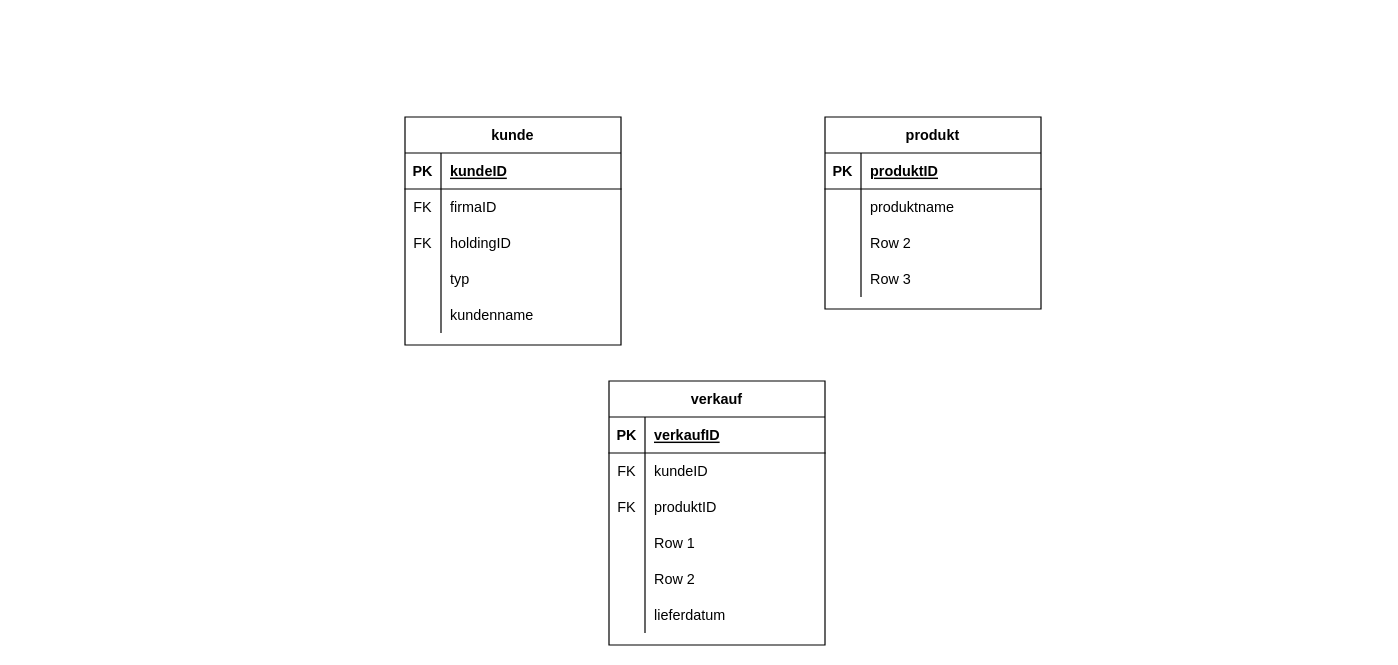
The draw.io diagram exercises/ex10/handelsfirma.drawio in SkMag9/BFH-Databases, before the edit. Source tidied: cells renumbered, new cells numbered last; positions are measured from the earlier drawing's top-left corner, leaving out a move shared by most shapes. Both pictures are drawn from the tidied source at 120%, with x=0, y=0 at pixel (404, 116).
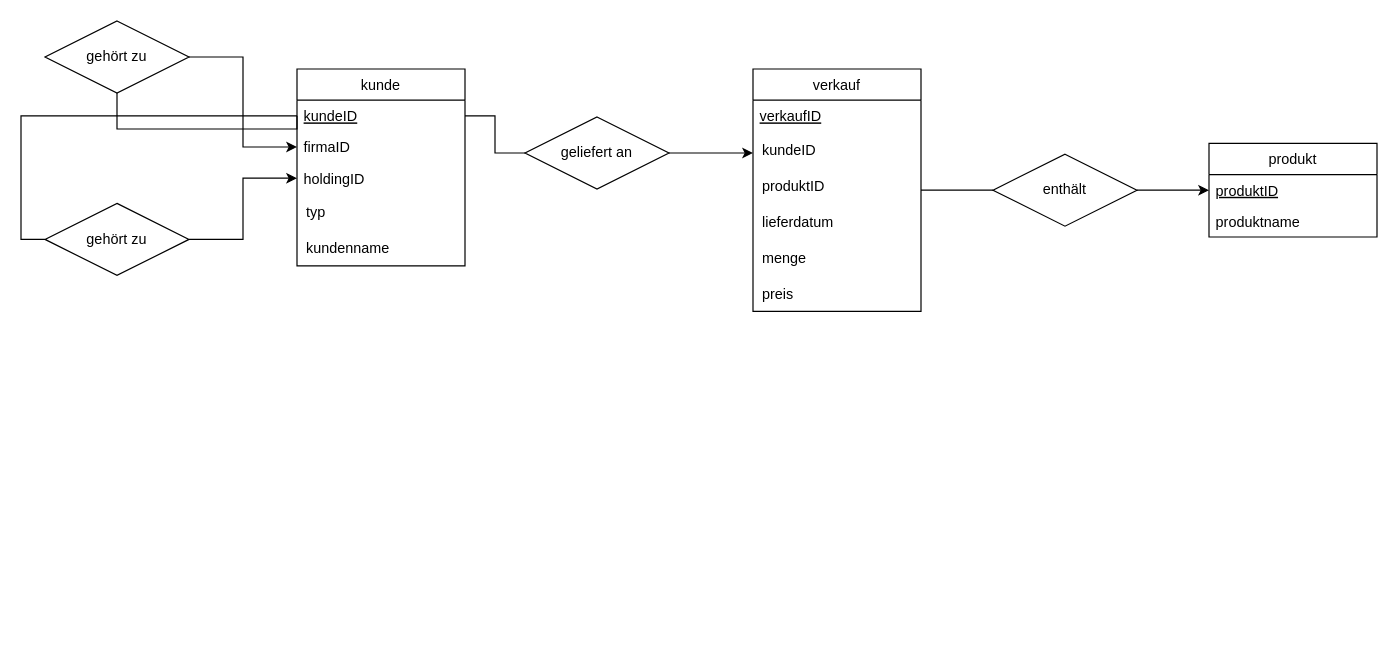
After the change.

Change to the diagram source:
```diff
@@
+    <mxCell id="31" value="verkauf" style="swimlane;fontStyle=0;horizontal=1;startSize=26;fillColor=none;" parent="1" vertex="1">
+      <mxGeometry x="290" y="-40" width="140" height="202" as="geometry" />
+    </mxCell>
+    <mxCell id="34" value="verkaufID" style="text;strokeColor=none;fillColor=none;align=left;verticalAlign=top;spacingLeft=4;spacingRight=4;overflow=hidden;fontStyle=4;" parent="31" vertex="1">
+      <mxGeometry y="26" width="140" height="26" as="geometry" />
+    </mxCell>
+    <mxCell id="37" value="kundeID" style="shape=partialRectangle;fillColor=none;top=0;left=0;bottom=0;right=0;align=left;spacingLeft=6;fontStyle=0;overflow=hidden;" parent="31" vertex="1">
+      <mxGeometry y="52" width="140" height="30" as="geometry" />
+    </mxCell>
+    <mxCell id="40" value="produktID" style="shape=partialRectangle;fillColor=none;top=0;left=0;bottom=0;right=0;align=left;spacingLeft=6;fontStyle=0;overflow=hidden;" parent="31" vertex="1">
+      <mxGeometry y="82" width="140" height="30" as="geometry" />
+    </mxCell>
+    <mxCell id="49" value="lieferdatum" style="shape=partialRectangle;fillColor=none;top=0;left=0;bottom=0;right=0;align=left;spacingLeft=6;overflow=hidden;" parent="31" vertex="1">
+      <mxGeometry y="112" width="140" height="30" as="geometry" />
+    </mxCell>
+    <mxCell id="50" value="menge" style="shape=partialRectangle;fillColor=none;top=0;left=0;bottom=0;right=0;align=left;spacingLeft=6;overflow=hidden;" parent="31" vertex="1">
+      <mxGeometry y="142" width="140" height="30" as="geometry" />
+    </mxCell>
+    <mxCell id="51" value="preis" style="shape=partialRectangle;fillColor=none;top=0;left=0;bottom=0;right=0;align=left;spacingLeft=6;overflow=hidden;" parent="31" vertex="1">
+      <mxGeometry y="172" width="140" height="30" as="geometry" />
+    </mxCell>
+    <mxCell id="52" style="edgeStyle=orthogonalEdgeStyle;rounded=0;jettySize=auto;html=1;exitX=0;exitY=0.5;exitDx=0;exitDy=0;entryX=1;entryY=0.5;entryDx=0;entryDy=0;endArrow=none;endFill=0;" parent="1" edge="1" source="54" target="31">
+      <mxGeometry relative="1" as="geometry" />
+    </mxCell>
+    <mxCell id="53" style="edgeStyle=orthogonalEdgeStyle;rounded=0;jettySize=auto;html=1;exitX=1;exitY=0.5;exitDx=0;exitDy=0;entryX=0;entryY=0.5;entryDx=0;entryDy=0;" parent="1" edge="1" source="54" target="21">
+      <mxGeometry relative="1" as="geometry" />
+    </mxCell>
+    <mxCell id="54" value="enthält" style="shape=rhombus;perimeter=rhombusPerimeter;whiteSpace=wrap;html=1;align=center;" parent="1" vertex="1">
+      <mxGeometry x="490" y="31" width="120" height="60" as="geometry" />
+    </mxCell>
+    <mxCell id="18" value="produkt" style="swimlane;fontStyle=0;horizontal=1;startSize=26;fillColor=none;" parent="1" vertex="1">
+      <mxGeometry x="670" y="22" width="140" height="78" as="geometry" />
+    </mxCell>
+    <mxCell id="21" value="produktID" style="text;strokeColor=none;fillColor=none;align=left;verticalAlign=top;spacingLeft=4;spacingRight=4;overflow=hidden;points=[[0,0.5],[1,0.5]];portConstraint=eastwest;fontStyle=4;" parent="18" vertex="1">
+      <mxGeometry y="26" width="140" height="26" as="geometry" />
+    </mxCell>
+    <mxCell id="24" value="produktname" style="text;strokeColor=none;fillColor=none;align=left;verticalAlign=top;spacingLeft=4;spacingRight=4;overflow=hidden;" parent="18" vertex="1">
+      <mxGeometry y="52" width="140" height="26" as="geometry" />
+    </mxCell>
+    <mxCell id="55" style="edgeStyle=orthogonalEdgeStyle;rounded=0;jettySize=auto;html=1;exitX=1;exitY=0.5;exitDx=0;exitDy=0;entryX=0;entryY=0.5;entryDx=0;entryDy=0;endArrow=classic;endFill=1;" parent="1" edge="1" source="57" target="11">
+      <mxGeometry relative="1" as="geometry" />
+    </mxCell>
+    <mxCell id="56" style="edgeStyle=orthogonalEdgeStyle;rounded=0;jettySize=auto;html=1;exitX=0;exitY=0.5;exitDx=0;exitDy=0;entryX=0;entryY=0.5;entryDx=0;entryDy=0;endArrow=none;endFill=0;" parent="1" edge="1" source="57" target="5">
+      <mxGeometry relative="1" as="geometry" />
+    </mxCell>
+    <mxCell id="57" value="gehört zu" style="shape=rhombus;perimeter=rhombusPerimeter;whiteSpace=wrap;html=1;align=center;" parent="1" vertex="1">
+      <mxGeometry x="-300" y="72" width="120" height="60" as="geometry" />
+    </mxCell>
+    <mxCell id="58" style="edgeStyle=orthogonalEdgeStyle;rounded=0;jettySize=auto;html=1;exitX=1;exitY=0.5;exitDx=0;exitDy=0;entryX=0;entryY=0.5;entryDx=0;entryDy=0;endArrow=classic;endFill=1;" parent="1" edge="1" source="60" target="8">
+      <mxGeometry relative="1" as="geometry" />
+    </mxCell>
+    <mxCell id="59" style="edgeStyle=orthogonalEdgeStyle;rounded=0;jettySize=auto;html=1;exitX=0.5;exitY=1;exitDx=0;exitDy=0;entryX=0;entryY=0.5;entryDx=0;entryDy=0;endArrow=none;endFill=0;" parent="1" edge="1" source="60" target="5">
+      <mxGeometry relative="1" as="geometry">
+        <Array as="points">
+          <mxPoint x="-240" y="10" />
+          <mxPoint x="-90" y="10" />
+        </Array>
+      </mxGeometry>
+    </mxCell>
+    <mxCell id="60" value="gehört zu" style="shape=rhombus;perimeter=rhombusPerimeter;whiteSpace=wrap;html=1;align=center;" parent="1" vertex="1">
+      <mxGeometry x="-300" y="-80" width="120" height="60" as="geometry" />
+    </mxCell>
+    <mxCell id="61" style="edgeStyle=orthogonalEdgeStyle;rounded=0;jettySize=auto;html=1;exitX=1;exitY=0.5;exitDx=0;exitDy=0;endArrow=classic;endFill=1;" parent="1" edge="1" source="63">
+      <mxGeometry relative="1" as="geometry">
+        <mxPoint x="290" y="30" as="targetPoint" />
+      </mxGeometry>
+    </mxCell>
+    <mxCell id="62" style="edgeStyle=orthogonalEdgeStyle;rounded=0;jettySize=auto;html=1;exitX=0;exitY=0.5;exitDx=0;exitDy=0;entryX=1;entryY=0.5;entryDx=0;entryDy=0;endArrow=none;endFill=0;" parent="1" edge="1" source="63" target="5">
+      <mxGeometry relative="1" as="geometry" />
+    </mxCell>
+    <mxCell id="63" value="geliefert an" style="shape=rhombus;perimeter=rhombusPerimeter;whiteSpace=wrap;html=1;align=center;" parent="1" vertex="1">
+      <mxGeometry x="100" width="120" height="60" as="geometry" />
+    </mxCell>
-    <mxCell id="2" value="kunde" style="shape=table;startSize=30;childLayout=tableLayout;rowLines=0;fontStyle=1;align=center;" parent="1" vertex="1">
-      <mxGeometry width="180" height="190" as="geometry" />
+    <mxCell id="2" value="kunde" style="swimlane;fontStyle=0;horizontal=1;startSize=26;fillColor=none;" parent="1" vertex="1">
+      <mxGeometry x="-90" y="-40" width="140" height="164" as="geometry" />
     </mxCell>
-    <mxCell id="3" style="shape=partialRectangle;fillColor=none;top=0;left=0;bottom=1;right=0;" parent="2" vertex="1">
-      <mxGeometry y="30" width="180" height="30" as="geometry" />
-    </mxCell>
-    <mxCell id="4" value="PK" style="shape=partialRectangle;fillColor=none;top=0;left=0;bottom=0;right=0;fontStyle=1;overflow=hidden;" parent="3" vertex="1">
-      <mxGeometry width="30" height="30" as="geometry" />
-    </mxCell>
-    <mxCell id="5" value="kundeID" style="shape=partialRectangle;fillColor=none;top=0;left=0;bottom=0;right=0;align=left;spacingLeft=6;fontStyle=5;overflow=hidden;" parent="3" vertex="1">
-      <mxGeometry x="30" width="150" height="30" as="geometry" />
+    <mxCell id="5" value="kundeID" style="text;strokeColor=none;fillColor=none;align=left;verticalAlign=top;spacingLeft=4;spacingRight=4;overflow=hidden;points=[[0,0.5],[1,0.5]];portConstraint=eastwest;fontStyle=4;" parent="2" vertex="1">
+      <mxGeometry y="26" width="140" height="26" as="geometry" />
     </mxCell>
-    <mxCell id="6" style="shape=partialRectangle;fillColor=none;top=0;left=0;bottom=0;right=0;" parent="2" vertex="1">
-      <mxGeometry y="60" width="180" height="30" as="geometry" />
-    </mxCell>
-    <mxCell id="7" value="FK" style="shape=partialRectangle;fillColor=none;top=0;left=0;bottom=0;right=0;fontStyle=0;overflow=hidden;" parent="6" vertex="1">
-      <mxGeometry width="30" height="30" as="geometry" />
-    </mxCell>
-    <mxCell id="8" value="firmaID" style="shape=partialRectangle;fillColor=none;top=0;left=0;bottom=0;right=0;align=left;spacingLeft=6;fontStyle=0;overflow=hidden;" parent="6" vertex="1">
-      <mxGeometry x="30" width="150" height="30" as="geometry" />
+    <mxCell id="8" value="firmaID" style="text;strokeColor=none;fillColor=none;align=left;verticalAlign=top;spacingLeft=4;spacingRight=4;overflow=hidden;points=[[0,0.5],[1,0.5]];portConstraint=eastwest;" parent="2" vertex="1">
+      <mxGeometry y="52" width="140" height="26" as="geometry" />
     </mxCell>
-    <mxCell id="9" style="shape=partialRectangle;fillColor=none;top=0;left=0;bottom=0;right=0;" parent="2" vertex="1">
-      <mxGeometry y="90" width="180" height="30" as="geometry" />
-    </mxCell>
-    <mxCell id="10" value="FK" style="shape=partialRectangle;fillColor=none;top=0;left=0;bottom=0;right=0;fontStyle=0;overflow=hidden;" parent="9" vertex="1">
-      <mxGeometry width="30" height="30" as="geometry" />
-    </mxCell>
-    <mxCell id="11" value="holdingID" style="shape=partialRectangle;fillColor=none;top=0;left=0;bottom=0;right=0;align=left;spacingLeft=6;fontStyle=0;overflow=hidden;" parent="9" vertex="1">
-      <mxGeometry x="30" width="150" height="30" as="geometry" />
+    <mxCell id="11" value="holdingID" style="text;strokeColor=none;fillColor=none;align=left;verticalAlign=top;spacingLeft=4;spacingRight=4;overflow=hidden;points=[[0,0.5],[1,0.5]];portConstraint=eastwest;" parent="2" vertex="1">
+      <mxGeometry y="78" width="140" height="26" as="geometry" />
     </mxCell>
-    <mxCell id="12" style="shape=partialRectangle;fillColor=none;top=0;left=0;bottom=0;right=0;" parent="2" vertex="1">
-      <mxGeometry y="120" width="180" height="30" as="geometry" />
-    </mxCell>
-    <mxCell id="13" style="shape=partialRectangle;fillColor=none;top=0;left=0;bottom=0;right=0;overflow=hidden;" parent="12" vertex="1">
-      <mxGeometry width="30" height="30" as="geometry" />
-    </mxCell>
-    <mxCell id="14" value="typ" style="shape=partialRectangle;fillColor=none;top=0;left=0;bottom=0;right=0;align=left;spacingLeft=6;overflow=hidden;" parent="12" vertex="1">
-      <mxGeometry x="30" width="150" height="30" as="geometry" />
+    <mxCell id="14" value="typ" style="shape=partialRectangle;fillColor=none;top=0;left=0;bottom=0;right=0;align=left;spacingLeft=6;overflow=hidden;" parent="2" vertex="1">
+      <mxGeometry y="104" width="140" height="30" as="geometry" />
     </mxCell>
-    <mxCell id="15" style="shape=partialRectangle;fillColor=none;top=0;left=0;bottom=0;right=0;" parent="2" vertex="1">
-      <mxGeometry y="150" width="180" height="30" as="geometry" />
-    </mxCell>
-    <mxCell id="16" style="shape=partialRectangle;fillColor=none;top=0;left=0;bottom=0;right=0;overflow=hidden;" parent="15" vertex="1">
-      <mxGeometry width="30" height="30" as="geometry" />
-    </mxCell>
-    <mxCell id="17" value="kundenname" style="shape=partialRectangle;fillColor=none;top=0;left=0;bottom=0;right=0;align=left;spacingLeft=6;overflow=hidden;" parent="15" vertex="1">
-      <mxGeometry x="30" width="150" height="30" as="geometry" />
+    <mxCell id="17" value="kundenname" style="shape=partialRectangle;fillColor=none;top=0;left=0;bottom=0;right=0;align=left;spacingLeft=6;overflow=hidden;" parent="2" vertex="1">
+      <mxGeometry y="134" width="140" height="30" as="geometry" />
     </mxCell>
-    <mxCell id="18" value="produkt" style="shape=table;startSize=30;childLayout=tableLayout;rowLines=0;fontStyle=1;align=center;" parent="1" vertex="1">
-      <mxGeometry x="350" width="180" height="160" as="geometry" />
-    </mxCell>
-    <mxCell id="19" style="shape=partialRectangle;fillColor=none;top=0;left=0;bottom=1;right=0;" parent="18" vertex="1">
-      <mxGeometry y="30" width="180" height="30" as="geometry" />
-    </mxCell>
-    <mxCell id="20" value="PK" style="shape=partialRectangle;fillColor=none;top=0;left=0;bottom=0;right=0;fontStyle=1;overflow=hidden;" parent="19" vertex="1">
-      <mxGeometry width="30" height="30" as="geometry" />
-    </mxCell>
-    <mxCell id="21" value="produktID" style="shape=partialRectangle;fillColor=none;top=0;left=0;bottom=0;right=0;align=left;spacingLeft=6;fontStyle=5;overflow=hidden;" parent="19" vertex="1">
-      <mxGeometry x="30" width="150" height="30" as="geometry" />
-    </mxCell>
-    <mxCell id="22" style="shape=partialRectangle;fillColor=none;top=0;left=0;bottom=0;right=0;" parent="18" vertex="1">
-      <mxGeometry y="60" width="180" height="30" as="geometry" />
-    </mxCell>
-    <mxCell id="23" style="shape=partialRectangle;fillColor=none;top=0;left=0;bottom=0;right=0;overflow=hidden;" parent="22" vertex="1">
-      <mxGeometry width="30" height="30" as="geometry" />
-    </mxCell>
-    <mxCell id="24" value="produktname" style="shape=partialRectangle;fillColor=none;top=0;left=0;bottom=0;right=0;align=left;spacingLeft=6;overflow=hidden;" parent="22" vertex="1">
-      <mxGeometry x="30" width="150" height="30" as="geometry" />
-    </mxCell>
-    <mxCell id="25" style="shape=partialRectangle;fillColor=none;top=0;left=0;bottom=0;right=0;" parent="18" vertex="1">
-      <mxGeometry y="90" width="180" height="30" as="geometry" />
-    </mxCell>
-    <mxCell id="26" style="shape=partialRectangle;fillColor=none;top=0;left=0;bottom=0;right=0;overflow=hidden;" parent="25" vertex="1">
-      <mxGeometry width="30" height="30" as="geometry" />
-    </mxCell>
-    <mxCell id="27" value="Row 2" style="shape=partialRectangle;fillColor=none;top=0;left=0;bottom=0;right=0;align=left;spacingLeft=6;overflow=hidden;" parent="25" vertex="1">
-      <mxGeometry x="30" width="150" height="30" as="geometry" />
-    </mxCell>
-    <mxCell id="28" style="shape=partialRectangle;fillColor=none;top=0;left=0;bottom=0;right=0;" parent="18" vertex="1">
-      <mxGeometry y="120" width="180" height="30" as="geometry" />
-    </mxCell>
-    <mxCell id="29" style="shape=partialRectangle;fillColor=none;top=0;left=0;bottom=0;right=0;overflow=hidden;" parent="28" vertex="1">
-      <mxGeometry width="30" height="30" as="geometry" />
-    </mxCell>
-    <mxCell id="30" value="Row 3" style="shape=partialRectangle;fillColor=none;top=0;left=0;bottom=0;right=0;align=left;spacingLeft=6;overflow=hidden;" parent="28" vertex="1">
-      <mxGeometry x="30" width="150" height="30" as="geometry" />
-    </mxCell>
-    <mxCell id="31" value="verkauf" style="shape=table;startSize=30;childLayout=tableLayout;rowLines=0;fontStyle=1;align=center;" parent="1" vertex="1">
-      <mxGeometry x="170" y="220" width="180" height="220" as="geometry" />
-    </mxCell>
-    <mxCell id="32" style="shape=partialRectangle;fillColor=none;top=0;left=0;bottom=1;right=0;" parent="31" vertex="1">
-      <mxGeometry y="30" width="180" height="30" as="geometry" />
-    </mxCell>
-    <mxCell id="33" value="PK" style="shape=partialRectangle;fillColor=none;top=0;left=0;bottom=0;right=0;fontStyle=1;overflow=hidden;" parent="32" vertex="1">
-      <mxGeometry width="30" height="30" as="geometry" />
-    </mxCell>
-    <mxCell id="34" value="verkaufID" style="shape=partialRectangle;fillColor=none;top=0;left=0;bottom=0;right=0;align=left;spacingLeft=6;fontStyle=5;overflow=hidden;" parent="32" vertex="1">
-      <mxGeometry x="30" width="150" height="30" as="geometry" />
-    </mxCell>
-    <mxCell id="35" style="shape=partialRectangle;fillColor=none;top=0;left=0;bottom=0;right=0;" parent="31" vertex="1">
-      <mxGeometry y="60" width="180" height="30" as="geometry" />
-    </mxCell>
-    <mxCell id="36" value="FK" style="shape=partialRectangle;fillColor=none;top=0;left=0;bottom=0;right=0;fontStyle=0;overflow=hidden;" parent="35" vertex="1">
-      <mxGeometry width="30" height="30" as="geometry" />
-    </mxCell>
-    <mxCell id="37" value="kundeID" style="shape=partialRectangle;fillColor=none;top=0;left=0;bottom=0;right=0;align=left;spacingLeft=6;fontStyle=0;overflow=hidden;" parent="35" vertex="1">
-      <mxGeometry x="30" width="150" height="30" as="geometry" />
-    </mxCell>
-    <mxCell id="38" style="shape=partialRectangle;fillColor=none;top=0;left=0;bottom=0;right=0;" parent="31" vertex="1">
-      <mxGeometry y="90" width="180" height="30" as="geometry" />
-    </mxCell>
-    <mxCell id="39" value="FK" style="shape=partialRectangle;fillColor=none;top=0;left=0;bottom=0;right=0;fontStyle=0;overflow=hidden;" parent="38" vertex="1">
-      <mxGeometry width="30" height="30" as="geometry" />
-    </mxCell>
-    <mxCell id="40" value="produktID" style="shape=partialRectangle;fillColor=none;top=0;left=0;bottom=0;right=0;align=left;spacingLeft=6;fontStyle=0;overflow=hidden;" parent="38" vertex="1">
-      <mxGeometry x="30" width="150" height="30" as="geometry" />
-    </mxCell>
-    <mxCell id="41" style="shape=partialRectangle;fillColor=none;top=0;left=0;bottom=0;right=0;" parent="31" vertex="1">
-      <mxGeometry y="120" width="180" height="30" as="geometry" />
-    </mxCell>
-    <mxCell id="42" style="shape=partialRectangle;fillColor=none;top=0;left=0;bottom=0;right=0;overflow=hidden;" parent="41" vertex="1">
-      <mxGeometry width="30" height="30" as="geometry" />
-    </mxCell>
-    <mxCell id="43" value="Row 1" style="shape=partialRectangle;fillColor=none;top=0;left=0;bottom=0;right=0;align=left;spacingLeft=6;overflow=hidden;" parent="41" vertex="1">
-      <mxGeometry x="30" width="150" height="30" as="geometry" />
-    </mxCell>
-    <mxCell id="44" style="shape=partialRectangle;fillColor=none;top=0;left=0;bottom=0;right=0;" parent="31" vertex="1">
-      <mxGeometry y="150" width="180" height="30" as="geometry" />
-    </mxCell>
-    <mxCell id="45" style="shape=partialRectangle;fillColor=none;top=0;left=0;bottom=0;right=0;overflow=hidden;" parent="44" vertex="1">
-      <mxGeometry width="30" height="30" as="geometry" />
-    </mxCell>
-    <mxCell id="46" value="Row 2" style="shape=partialRectangle;fillColor=none;top=0;left=0;bottom=0;right=0;align=left;spacingLeft=6;overflow=hidden;" parent="44" vertex="1">
-      <mxGeometry x="30" width="150" height="30" as="geometry" />
-    </mxCell>
-    <mxCell id="47" style="shape=partialRectangle;fillColor=none;top=0;left=0;bottom=0;right=0;" parent="31" vertex="1">
-      <mxGeometry y="180" width="180" height="30" as="geometry" />
-    </mxCell>
-    <mxCell id="48" style="shape=partialRectangle;fillColor=none;top=0;left=0;bottom=0;right=0;overflow=hidden;" parent="47" vertex="1">
-      <mxGeometry width="30" height="30" as="geometry" />
-    </mxCell>
-    <mxCell id="49" value="lieferdatum" style="shape=partialRectangle;fillColor=none;top=0;left=0;bottom=0;right=0;align=left;spacingLeft=6;overflow=hidden;" parent="47" vertex="1">
-      <mxGeometry x="30" width="150" height="30" as="geometry" />
-    </mxCell>
```
